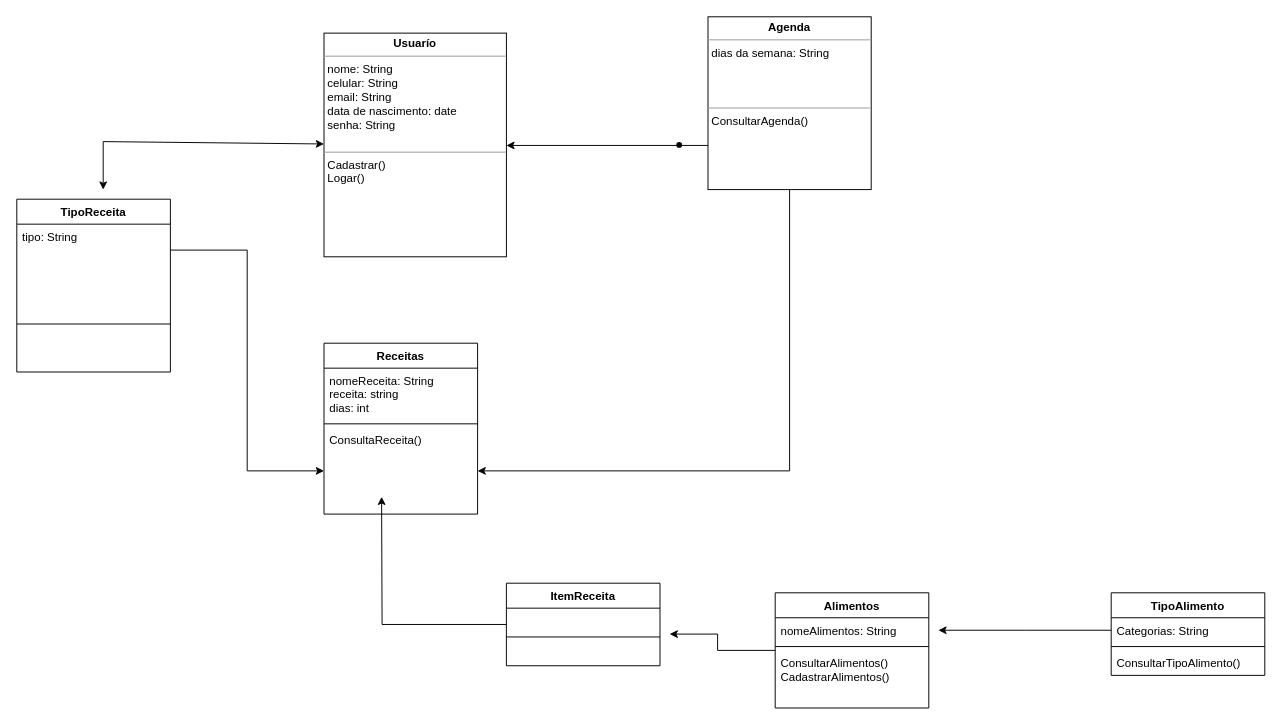
FelipeRoriz0/MakeYourdiet keeps this draw.io diagram as Documentacao/Diagrama de Classe/Diagrama de Classes.drawio. Above is the earlier version. Source tidied: cells renumbered, new cells numbered last; positions are measured from the earlier drawing's top-left corner, leaving out a move shared by most shapes. Both pictures are drawn from the tidied source at 96%, with x=0, y=0 at pixel (16, 16).
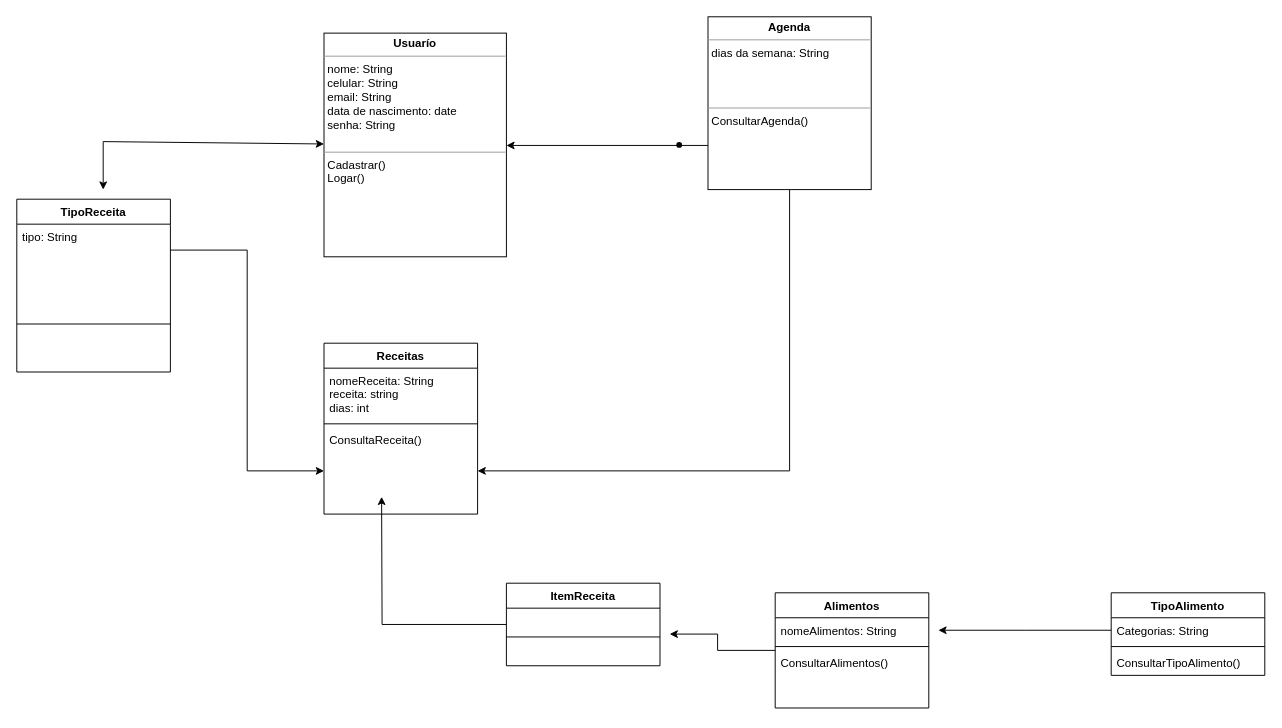
After the change.

Unchanged cells that the change refers to:
```xml
<mxCell id="22" value="Alimentos" style="swimlane;fontStyle=1;align=center;verticalAlign=top;horizontal=1;startSize=26;" parent="1" vertex="1">
  <mxGeometry x="790" y="600" width="160" height="120" as="geometry" />
</mxCell>
```

Change to the diagram source:
```diff
@@
-    <mxCell id="25" value="ConsultarAlimentos()&#10;CadastrarAlimentos()" style="text;strokeColor=none;fillColor=none;align=left;verticalAlign=top;spacingLeft=4;spacingRight=4;overflow=hidden;" parent="22" vertex="1">
+    <mxCell id="25" value="ConsultarAlimentos()" style="text;strokeColor=none;fillColor=none;align=left;verticalAlign=top;spacingLeft=4;spacingRight=4;overflow=hidden;" parent="22" vertex="1">
       <mxGeometry y="60" width="160" height="60" as="geometry" />
     </mxCell>
```
